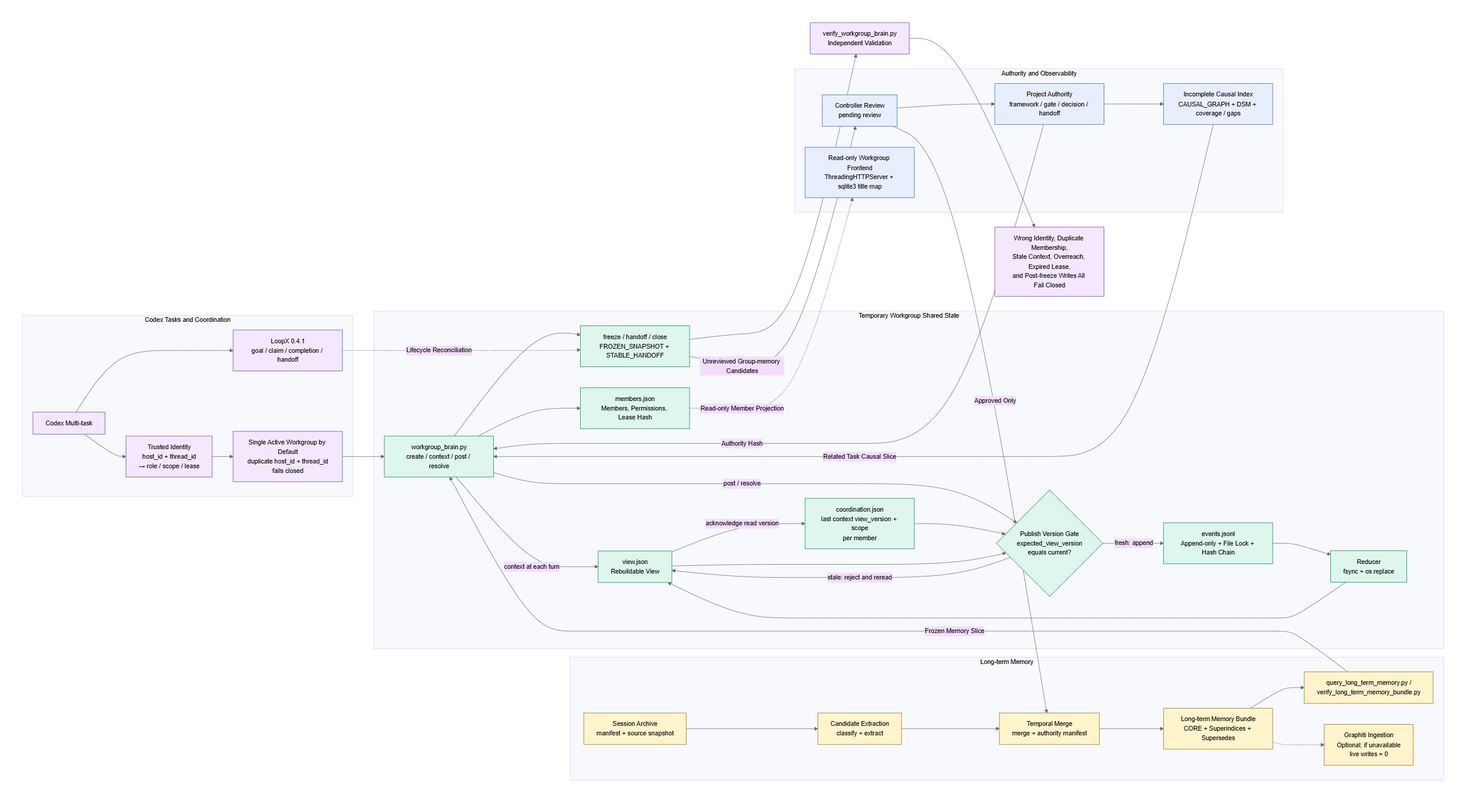
Earlier version of the Mermaid export assets/architecture-en.png (dkdzx/agent-brain). Its source is kept beside it as assets/architecture-en.mmd. Its diagram source:
```mermaid
flowchart LR
  subgraph A["Codex Tasks and Coordination"]
    A1["Codex Multi-task"]
    A2["Trusted Identity<br/>host_id + thread_id<br/>→ role / scope / lease"]
    A3["LoopX 0.4.1<br/>goal / claim / completion / handoff"]
    A4["Single Active Workgroup by Default<br/>duplicate host_id + thread_id<br/>fails closed"]
    A1 --> A2
    A1 --> A3
    A2 --> A4
  end

  subgraph B["Temporary Workgroup Shared State"]
    B1["workgroup_brain.py<br/>create / context / post / resolve"]
    B2["members.json<br/>Members, Permissions, Lease Hash"]
    B3["events.jsonl<br/>Append-only + File Lock + Hash Chain"]
    B4["Reducer<br/>fsync + os.replace"]
    B5["view.json<br/>Rebuildable View"]
    B6["freeze / handoff / close<br/>FROZEN_SNAPSHOT + STABLE_HANDOFF"]
    B7["coordination.json<br/>last context view_version + scope<br/>per member"]
    B8{"Publish Version Gate<br/>expected_view_version<br/>equals current?"}
    B1 --> B2
    B1 -->|"context at each turn"| B5
    B5 -->|"acknowledge read version"| B7
    B1 -->|"post / resolve"| B8
    B7 --> B8
    B5 --> B8
    B8 -->|"fresh: append"| B3
    B8 -->|"stale: reject and reread"| B5
    B3 --> B4 --> B5
    B1 --> B6
  end

  subgraph C["Long-term Memory"]
    C1["Session Archive<br/>manifest + source snapshot"]
    C2["Candidate Extraction<br/>classify + extract"]
    C3["Temporal Merge<br/>merge + authority manifest"]
    C4["Long-term Memory Bundle<br/>CORE + Superindices + Supersedes"]
    C5["query_long_term_memory.py /<br/>verify_long_term_memory_bundle.py"]
    C6["Graphiti Ingestion<br/>Optional; if unavailable<br/>live writes = 0"]
    C1 --> C2 --> C3 --> C4 --> C5
    C4 -.-> C6
  end

  subgraph D["Authority and Observability"]
    D1["Project Authority<br/>framework / gate / decision / handoff"]
    D2["Incomplete Causal Index<br/>CAUSAL_GRAPH + DSM + coverage / gaps"]
    D3["Controller Review<br/>pending review"]
    D4["Read-only Workgroup Frontend<br/>ThreadingHTTPServer + sqlite3 title map"]
    D1 --> D2
    D3 --> D1
  end

  A4 --> B1
  A3 -. "Lifecycle Reconciliation" .-> B6
  C5 -->|"Frozen Memory Slice"| B1
  D1 -->|"Authority Hash"| B1
  D2 -->|"Related Task Causal Slice"| B1
  B6 -->|"Unreviewed Group-memory Candidates"| D3
  D3 -->|"Approved Only"| C3
  B2 -. "Read-only Member Projection" .-> D4

  E1["verify_workgroup_brain.py<br/>Independent Validation"]
  E2["Wrong Identity, Duplicate Membership,<br/>Stale Context, Overreach, Expired Lease,<br/>and Post-freeze Writes All Fail Closed"]
  B6 --> E1 --> E2

  classDef work fill:#ddf7ed,stroke:#24856d,color:#111;
  classDef memory fill:#fff4cc,stroke:#9a7d18,color:#111;
  classDef authority fill:#e7efff,stroke:#426fae,color:#111;
  classDef guard fill:#f3e8ff,stroke:#7651a8,color:#111;
  class B1,B2,B3,B4,B5,B6,B7,B8 work;
  class C1,C2,C3,C4,C5,C6 memory;
  class D1,D2,D3,D4 authority;
  class A1,A2,A3,A4,E1,E2 guard;
```
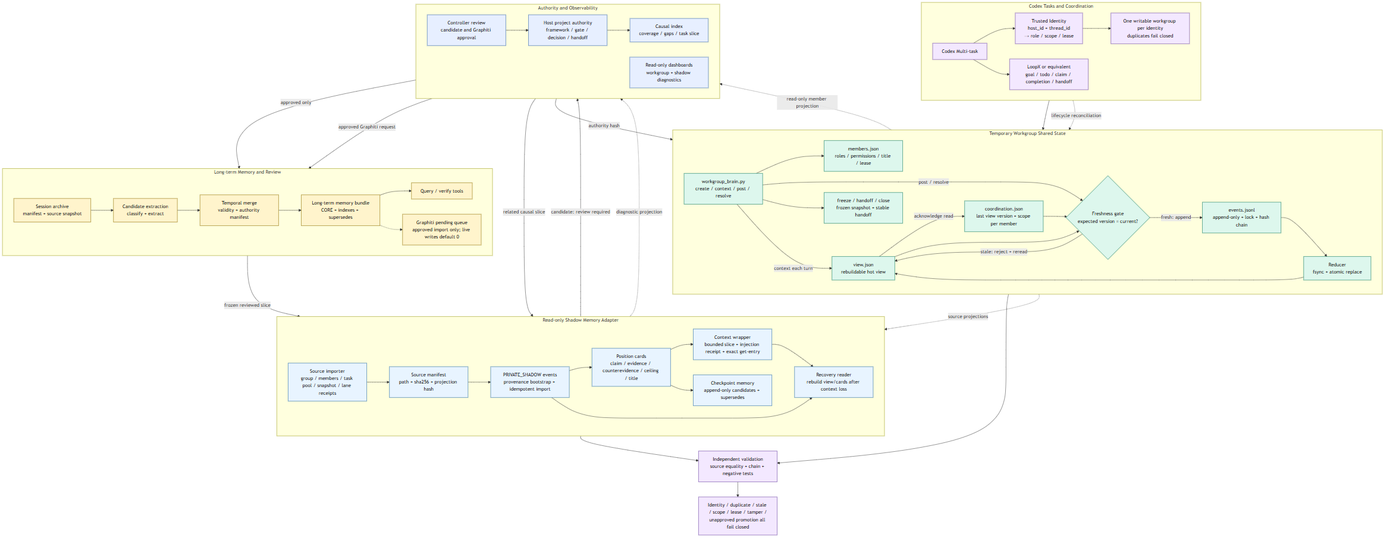
Above is the later version.

Diff of the diagram source:
```diff
@@ -1,73 +1,98 @@
-flowchart LR
+flowchart TB
   subgraph A["Codex Tasks and Coordination"]
+    direction LR
     A1["Codex Multi-task"]
     A2["Trusted Identity<br/>host_id + thread_id<br/>→ role / scope / lease"]
-    A3["LoopX 0.4.1<br/>goal / claim / completion / handoff"]
-    A4["Single Active Workgroup by Default<br/>duplicate host_id + thread_id<br/>fails closed"]
+    A3["LoopX or equivalent<br/>goal / todo / claim / completion / handoff"]
+    A4["One writable workgroup per identity<br/>duplicates fail closed"]
     A1 --> A2
     A1 --> A3
     A2 --> A4
   end
 
   subgraph B["Temporary Workgroup Shared State"]
+    direction LR
     B1["workgroup_brain.py<br/>create / context / post / resolve"]
-    B2["members.json<br/>Members, Permissions, Lease Hash"]
-    B3["events.jsonl<br/>Append-only + File Lock + Hash Chain"]
-    B4["Reducer<br/>fsync + os.replace"]
-    B5["view.json<br/>Rebuildable View"]
-    B6["freeze / handoff / close<br/>FROZEN_SNAPSHOT + STABLE_HANDOFF"]
-    B7["coordination.json<br/>last context view_version + scope<br/>per member"]
-    B8{"Publish Version Gate<br/>expected_view_version<br/>equals current?"}
+    B2["members.json<br/>roles / permissions / title / lease"]
+    B3["events.jsonl<br/>append-only + lock + hash chain"]
+    B4["Reducer<br/>fsync + atomic replace"]
+    B5["view.json<br/>rebuildable hot view"]
+    B6["freeze / handoff / close<br/>frozen snapshot + stable handoff"]
+    B7["coordination.json<br/>last view version + scope per member"]
+    B8{"Freshness gate<br/>expected version = current?"}
     B1 --> B2
-    B1 -->|"context at each turn"| B5
-    B5 -->|"acknowledge read version"| B7
+    B1 -->|"context each turn"| B5
+    B5 -->|"acknowledge read"| B7
     B1 -->|"post / resolve"| B8
     B7 --> B8
     B5 --> B8
     B8 -->|"fresh: append"| B3
-    B8 -->|"stale: reject and reread"| B5
+    B8 -->|"stale: reject + reread"| B5
     B3 --> B4 --> B5
     B1 --> B6
   end
 
-  subgraph C["Long-term Memory"]
-    C1["Session Archive<br/>manifest + source snapshot"]
-    C2["Candidate Extraction<br/>classify + extract"]
-    C3["Temporal Merge<br/>merge + authority manifest"]
-    C4["Long-term Memory Bundle<br/>CORE + Superindices + Supersedes"]
-    C5["query_long_term_memory.py /<br/>verify_long_term_memory_bundle.py"]
-    C6["Graphiti Ingestion<br/>Optional; if unavailable<br/>live writes = 0"]
+  subgraph S["Read-only Shadow Memory Adapter"]
+    direction LR
+    S1["Source importer<br/>group / members / task pool / snapshot / lane receipts"]
+    S2["Source manifest<br/>path + sha256 + projection hash"]
+    S3["PRIVATE_SHADOW events<br/>provenance bootstrap + idempotent import"]
+    S4["Position cards<br/>claim / evidence / counterevidence / ceiling / title"]
+    S5["Context wrapper<br/>bounded slice + injection receipt + exact get-entry"]
+    S6["Checkpoint memory<br/>append-only candidates + supersedes"]
+    S7["Recovery reader<br/>rebuild view/cards after context loss"]
+    S1 --> S2 --> S3 --> S4 --> S5 --> S7
+    S4 --> S6
+    S3 --> S7
+  end
+
+  subgraph C["Long-term Memory and Review"]
+    direction LR
+    C1["Session archive<br/>manifest + source snapshot"]
+    C2["Candidate extraction<br/>classify + extract"]
+    C3["Temporal merge<br/>validity + authority manifest"]
+    C4["Long-term memory bundle<br/>CORE + indexes + supersedes"]
+    C5["Query / verify tools"]
+    C6["Graphiti pending queue<br/>approved import only; live writes default 0"]
     C1 --> C2 --> C3 --> C4 --> C5
     C4 -.-> C6
   end
 
   subgraph D["Authority and Observability"]
-    D1["Project Authority<br/>framework / gate / decision / handoff"]
-    D2["Incomplete Causal Index<br/>CAUSAL_GRAPH + DSM + coverage / gaps"]
-    D3["Controller Review<br/>pending review"]
-    D4["Read-only Workgroup Frontend<br/>ThreadingHTTPServer + sqlite3 title map"]
+    direction LR
+    D1["Host project authority<br/>framework / gate / decision / handoff"]
+    D2["Causal index<br/>coverage / gaps / task slice"]
+    D3["Controller review<br/>candidate and Graphiti approval"]
+    D4["Read-only dashboards<br/>workgroup + shadow diagnostics"]
     D1 --> D2
     D3 --> D1
   end
 
   A4 --> B1
-  A3 -. "Lifecycle Reconciliation" .-> B6
-  C5 -->|"Frozen Memory Slice"| B1
-  D1 -->|"Authority Hash"| B1
-  D2 -->|"Related Task Causal Slice"| B1
-  B6 -->|"Unreviewed Group-memory Candidates"| D3
-  D3 -->|"Approved Only"| C3
-  B2 -. "Read-only Member Projection" .-> D4
+  A3 -. "lifecycle reconciliation" .-> B6
+  B6 -. "source projections" .-> S1
+  S6 -->|"candidate: review required"| D3
+  D3 -->|"approved only"| C3
+  D3 -->|"approved Graphiti request"| C6
+  C5 -->|"frozen reviewed slice"| S5
+  D1 -->|"authority hash"| B1
+  D2 -->|"related causal slice"| S5
+  B2 -. "read-only member projection" .-> D4
+  S4 -. "diagnostic projection" .-> D4
 
-  E1["verify_workgroup_brain.py<br/>Independent Validation"]
-  E2["Wrong Identity, Duplicate Membership,<br/>Stale Context, Overreach, Expired Lease,<br/>and Post-freeze Writes All Fail Closed"]
-  B6 --> E1 --> E2
+  E1["Independent validation<br/>source equality + chain + negative tests"]
+  E2["Identity / duplicate / stale / scope / lease / tamper /<br/>unapproved promotion all fail closed"]
+  B6 --> E1
+  S7 --> E1
+  E1 --> E2
 
   classDef work fill:#ddf7ed,stroke:#24856d,color:#111;
   classDef memory fill:#fff4cc,stroke:#9a7d18,color:#111;
   classDef authority fill:#e7efff,stroke:#426fae,color:#111;
   classDef guard fill:#f3e8ff,stroke:#7651a8,color:#111;
+  classDef shadow fill:#e8f4ff,stroke:#3976a8,color:#111;
   class B1,B2,B3,B4,B5,B6,B7,B8 work;
   class C1,C2,C3,C4,C5,C6 memory;
   class D1,D2,D3,D4 authority;
+  class S1,S2,S3,S4,S5,S6,S7 shadow;
   class A1,A2,A3,A4,E1,E2 guard;
```
